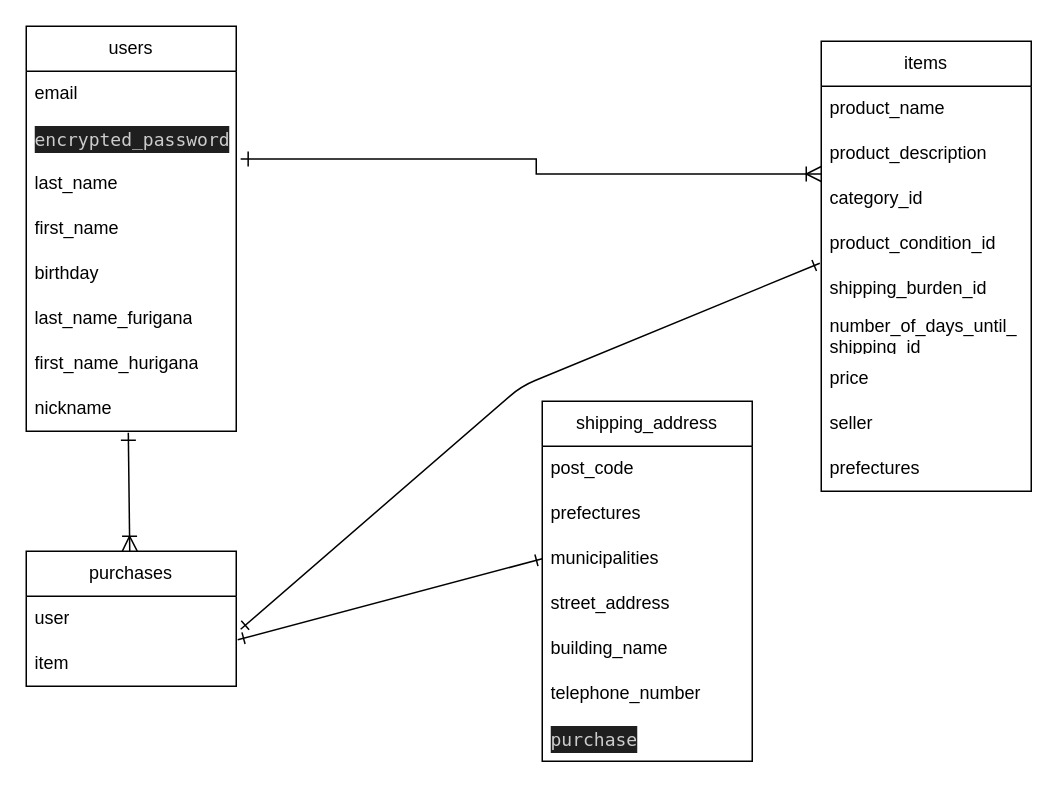
Above: app/views/test.dio in nagano19840910/furima-40222 (draw.io), before the change. Source tidied: cells renumbered, new cells numbered last; positions are measured from the earlier drawing's top-left corner, leaving out a move shared by most shapes. Both pictures are drawn from the tidied source at 150%, with x=0, y=0 at pixel (26, 26).
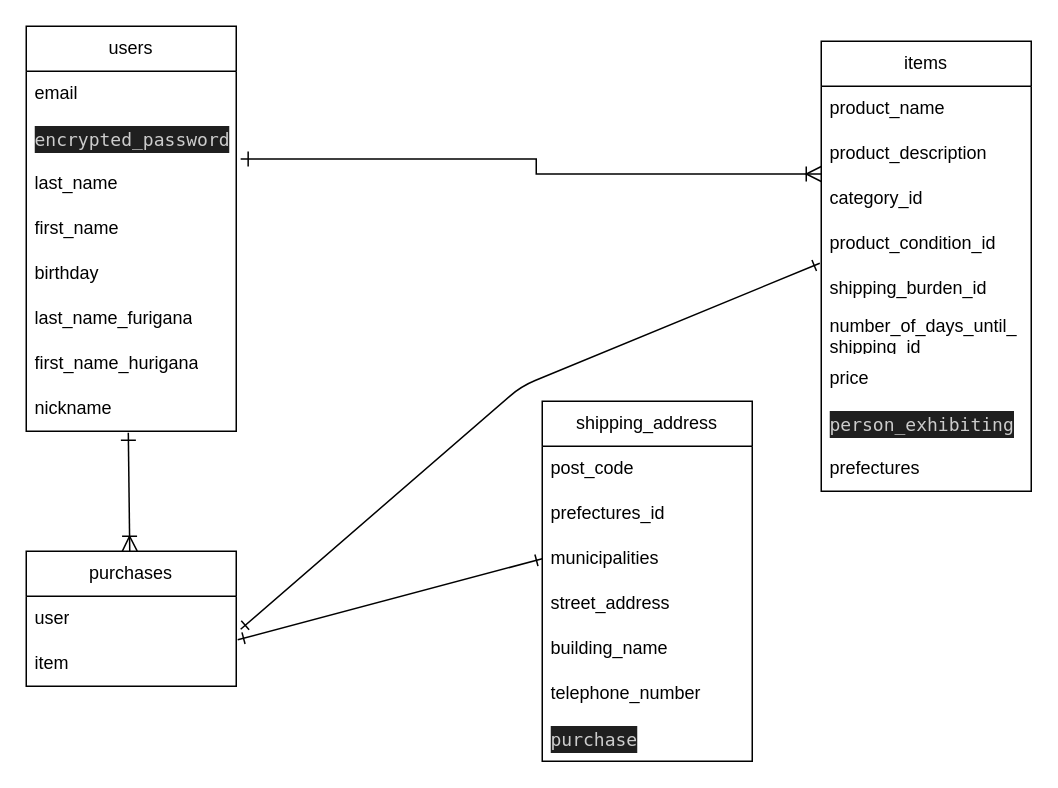
The same page after the edit.

Commit message (it also covers changes not shown here):
データベースコミット１０

The change refers to these unchanged cells:
```xml
<mxCell id="11" value="items" style="swimlane;fontStyle=0;horizontal=1;startSize=30;whiteSpace=wrap;html=1;" parent="1" vertex="1">
  <mxGeometry x="530" y="10" width="140" height="300" as="geometry" />
</mxCell>
<mxCell id="26" value="shipping_address" style="swimlane;fontStyle=0;horizontal=1;startSize=30;whiteSpace=wrap;html=1;" parent="1" vertex="1">
  <mxGeometry x="344" y="250" width="140" height="240" as="geometry" />
</mxCell>
```

Change to the diagram source:
```diff
@@
-    <mxCell id="19" value="seller" style="text;strokeColor=none;fillColor=none;align=left;verticalAlign=middle;spacingLeft=4;spacingRight=4;overflow=hidden;whiteSpace=wrap;html=1;" parent="11" vertex="1">
+    <mxCell id="19" value="&lt;div style=&quot;color: rgb(204, 204, 204); background-color: rgb(31, 31, 31); font-family: Menlo, Monaco, &amp;quot;Courier New&amp;quot;, monospace; line-height: 18px;&quot;&gt;person_exhibiting&lt;/div&gt;" style="text;strokeColor=none;fillColor=none;align=left;verticalAlign=middle;spacingLeft=4;spacingRight=4;overflow=hidden;whiteSpace=wrap;html=1;" parent="11" vertex="1">
       <mxGeometry y="240" width="140" height="30" as="geometry" />
     </mxCell>
@@
-    <mxCell id="28" value="prefectures" style="text;strokeColor=none;fillColor=none;align=left;verticalAlign=middle;spacingLeft=4;spacingRight=4;overflow=hidden;whiteSpace=wrap;html=1;" parent="26" vertex="1">
+    <mxCell id="28" value="prefectures_id" style="text;strokeColor=none;fillColor=none;align=left;verticalAlign=middle;spacingLeft=4;spacingRight=4;overflow=hidden;whiteSpace=wrap;html=1;" parent="26" vertex="1">
       <mxGeometry y="60" width="140" height="30" as="geometry" />
     </mxCell>
```
